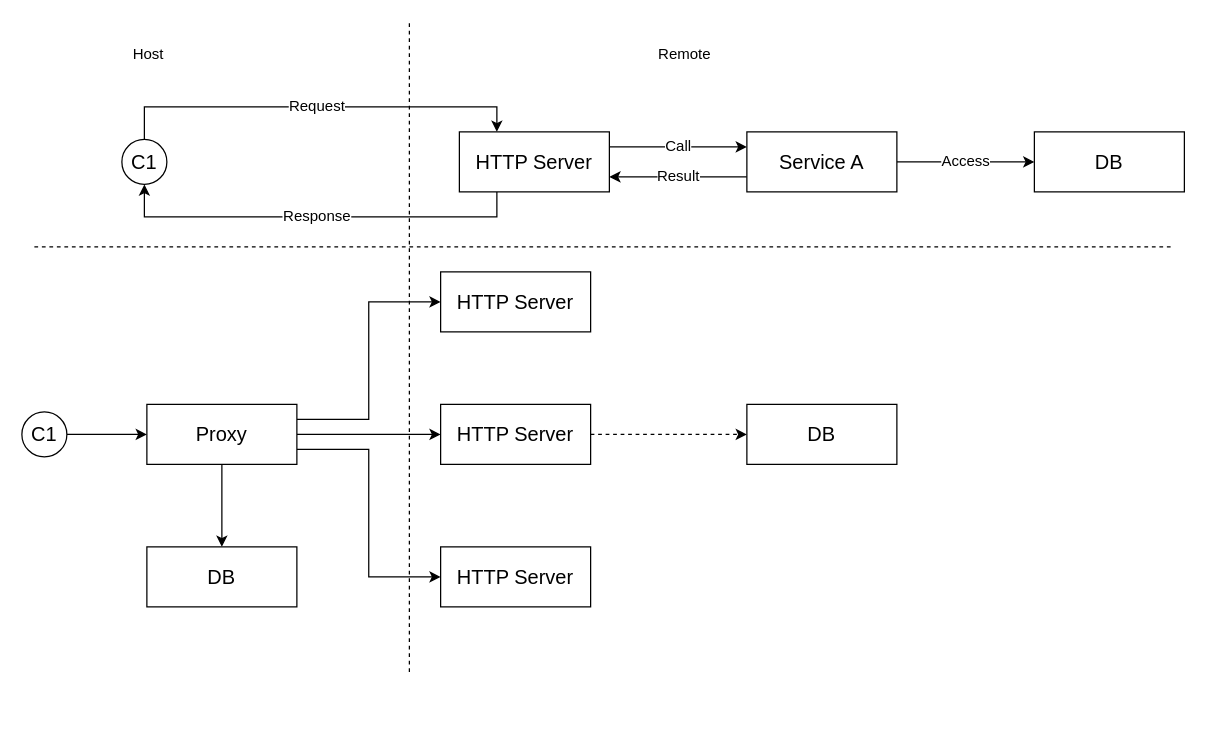
This is httpproxy/客户端用 Http server 通信架构图.drawio from abserari/draw.io, a draw.io file, before an edit. Source tidied: cells renumbered, new cells numbered last; positions are measured from the earlier drawing's top-left corner, leaving out a move shared by most shapes. Both pictures are drawn from the tidied source at 125%, with x=0, y=0 at pixel (21, 21).
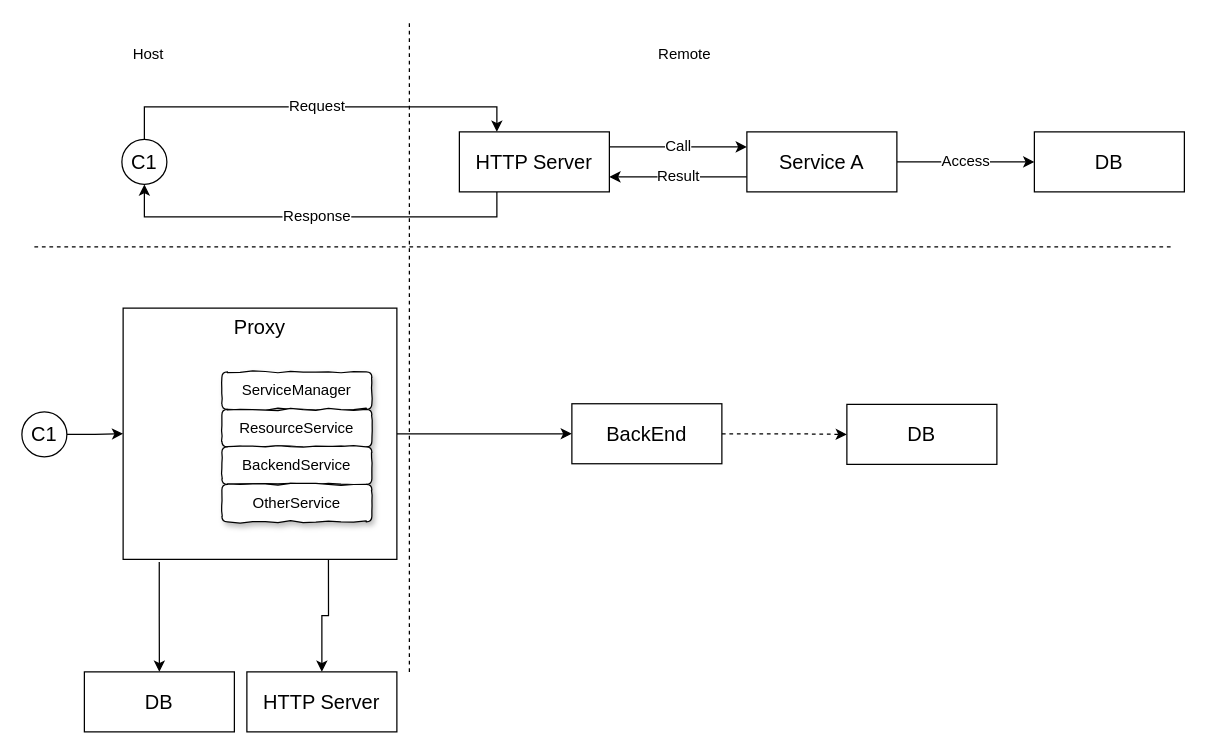
The same page after the edit.

Commit message:
更新客户端用 Http server 通信架构图.drawio

What changed in the source:
```diff
@@
-    <mxCell id="12" style="edgeStyle=orthogonalEdgeStyle;rounded=0;jettySize=auto;html=1;exitX=1;exitY=0.25;exitDx=0;exitDy=0;entryX=0;entryY=0.5;entryDx=0;entryDy=0;fontSize=12;" parent="1" edge="1" source="15" target="20">
-      <mxGeometry relative="1" as="geometry" />
-    </mxCell>
-    <mxCell id="13" style="edgeStyle=orthogonalEdgeStyle;rounded=0;jettySize=auto;html=1;exitX=1;exitY=0.75;exitDx=0;exitDy=0;entryX=0;entryY=0.5;entryDx=0;entryDy=0;fontSize=12;" parent="1" edge="1" source="15" target="21">
+    <mxCell id="13" style="edgeStyle=orthogonalEdgeStyle;rounded=0;jettySize=auto;html=1;exitX=0.75;exitY=1;exitDx=0;exitDy=0;entryX=0.5;entryY=0;entryDx=0;entryDy=0;fontSize=12;" parent="1" edge="1" source="15" target="21">
       <mxGeometry relative="1" as="geometry" />
     </mxCell>
-    <mxCell id="14" style="edgeStyle=orthogonalEdgeStyle;rounded=0;jettySize=auto;html=1;exitX=0.5;exitY=1;exitDx=0;exitDy=0;fontSize=12;" parent="1" edge="1" source="15" target="25">
+    <mxCell id="14" style="edgeStyle=orthogonalEdgeStyle;rounded=0;jettySize=auto;html=1;exitX=0.132;exitY=1.01;exitDx=0;exitDy=0;fontSize=12;exitPerimeter=0;" parent="1" edge="1" source="15" target="25">
       <mxGeometry relative="1" as="geometry" />
     </mxCell>
-    <mxCell id="15" value="Proxy" style="rounded=0;whiteSpace=wrap;html=1;fontSize=16;" parent="1" vertex="1">
-      <mxGeometry x="100" y="306" width="120" height="48" as="geometry" />
+    <mxCell id="15" value="Proxy&lt;br&gt;&lt;br&gt;&lt;br&gt;&lt;br&gt;&lt;br&gt;&lt;br&gt;&lt;br&gt;&lt;br&gt;&lt;br&gt;&lt;br&gt;" style="rounded=0;whiteSpace=wrap;html=1;fontSize=16;" parent="1" vertex="1">
+      <mxGeometry x="81" y="229" width="219" height="201" as="geometry" />
     </mxCell>
@@
-    <mxCell id="19" value="HTTP Server" style="rounded=0;whiteSpace=wrap;html=1;fontSize=16;" parent="1" vertex="1">
-      <mxGeometry x="335" y="306" width="120" height="48" as="geometry" />
+    <mxCell id="19" value="BackEnd" style="rounded=0;whiteSpace=wrap;html=1;fontSize=16;" parent="1" vertex="1">
+      <mxGeometry x="440" y="305.5" width="120" height="48" as="geometry" />
     </mxCell>
-    <mxCell id="20" value="HTTP Server" style="rounded=0;whiteSpace=wrap;html=1;fontSize=16;" parent="1" vertex="1">
-      <mxGeometry x="335" y="200" width="120" height="48" as="geometry" />
-    </mxCell>
     <mxCell id="21" value="HTTP Server" style="rounded=0;whiteSpace=wrap;html=1;fontSize=16;" parent="1" vertex="1">
-      <mxGeometry x="335" y="420" width="120" height="48" as="geometry" />
+      <mxGeometry x="180" y="520" width="120" height="48" as="geometry" />
     </mxCell>
@@
     <mxCell id="25" value="DB" style="rounded=0;whiteSpace=wrap;html=1;fontSize=16;" parent="1" vertex="1">
-      <mxGeometry x="100" y="420" width="120" height="48" as="geometry" />
+      <mxGeometry x="50" y="520" width="120" height="48" as="geometry" />
     </mxCell>
     <mxCell id="26" value="DB" style="rounded=0;whiteSpace=wrap;html=1;fontSize=16;" parent="1" vertex="1">
-      <mxGeometry x="580" y="306" width="120" height="48" as="geometry" />
+      <mxGeometry x="660" y="306" width="120" height="48" as="geometry" />
     </mxCell>
@@
+    <mxCell id="28" style="group;" parent="1" vertex="1">
+      <mxGeometry x="160" y="280" width="120" height="120" as="geometry" />
+    </mxCell>
+    <mxCell id="29" value="ServiceManager" style="rounded=1;whiteSpace=wrap;html=1;comic=1;shadow=1;" parent="28" vertex="1">
+      <mxGeometry width="120" height="30" as="geometry" />
+    </mxCell>
+    <mxCell id="30" value="ResourceService" style="rounded=1;whiteSpace=wrap;html=1;comic=1;shadow=1;" parent="28" vertex="1">
+      <mxGeometry y="30" width="120" height="30" as="geometry" />
+    </mxCell>
+    <mxCell id="31" value="BackendService" style="rounded=1;whiteSpace=wrap;html=1;comic=1;shadow=1;" parent="28" vertex="1">
+      <mxGeometry y="60" width="120" height="30" as="geometry" />
+    </mxCell>
+    <mxCell id="32" value="OtherService" style="rounded=1;whiteSpace=wrap;html=1;comic=1;shadow=1;" parent="28" vertex="1">
+      <mxGeometry y="90" width="120" height="30" as="geometry" />
+    </mxCell>
```
